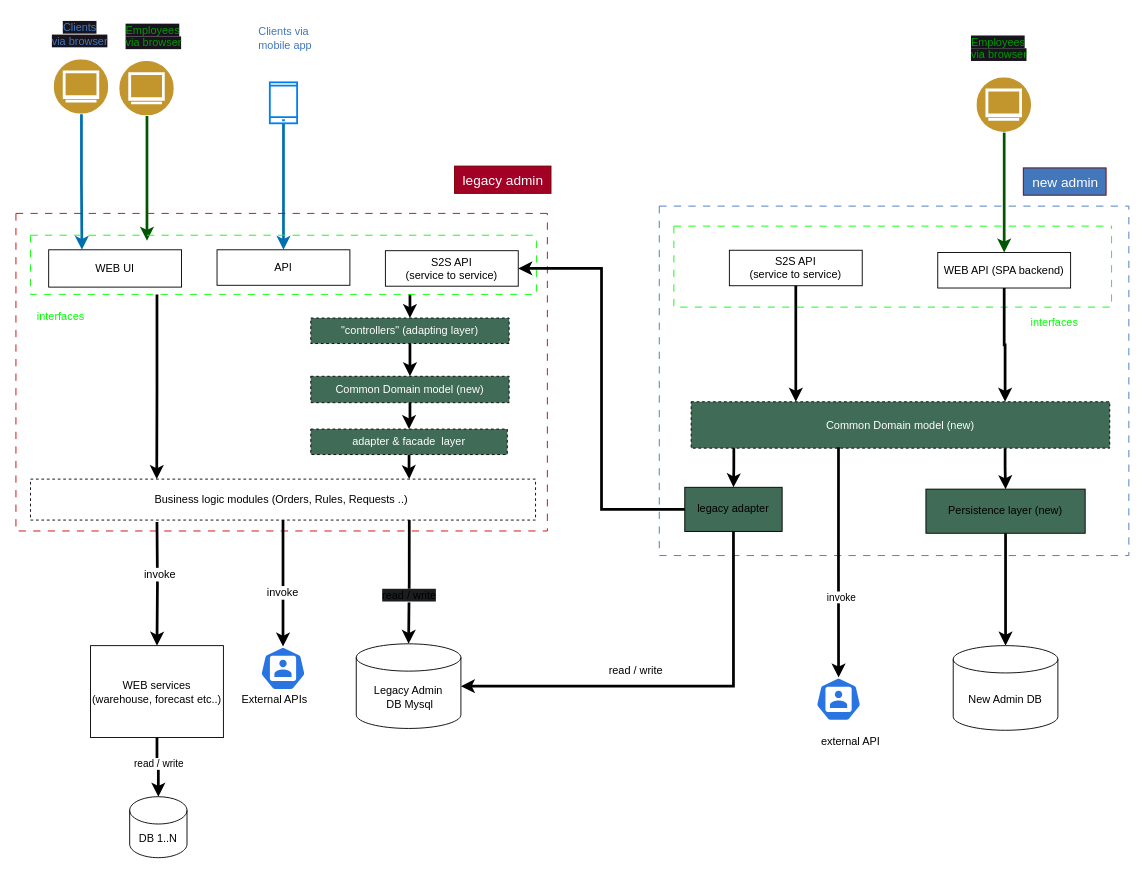
Above: page "step 2" (4 of 9) of refactoring.drawio in sajonaro/ref-ex (draw.io), before the change. Source tidied: cells renumbered, new cells numbered last; positions are measured from the earlier drawing's top-left corner, leaving out a move shared by most shapes. Both pictures are drawn from the tidied source at 91%, with x=0, y=0 at pixel (15, 15).
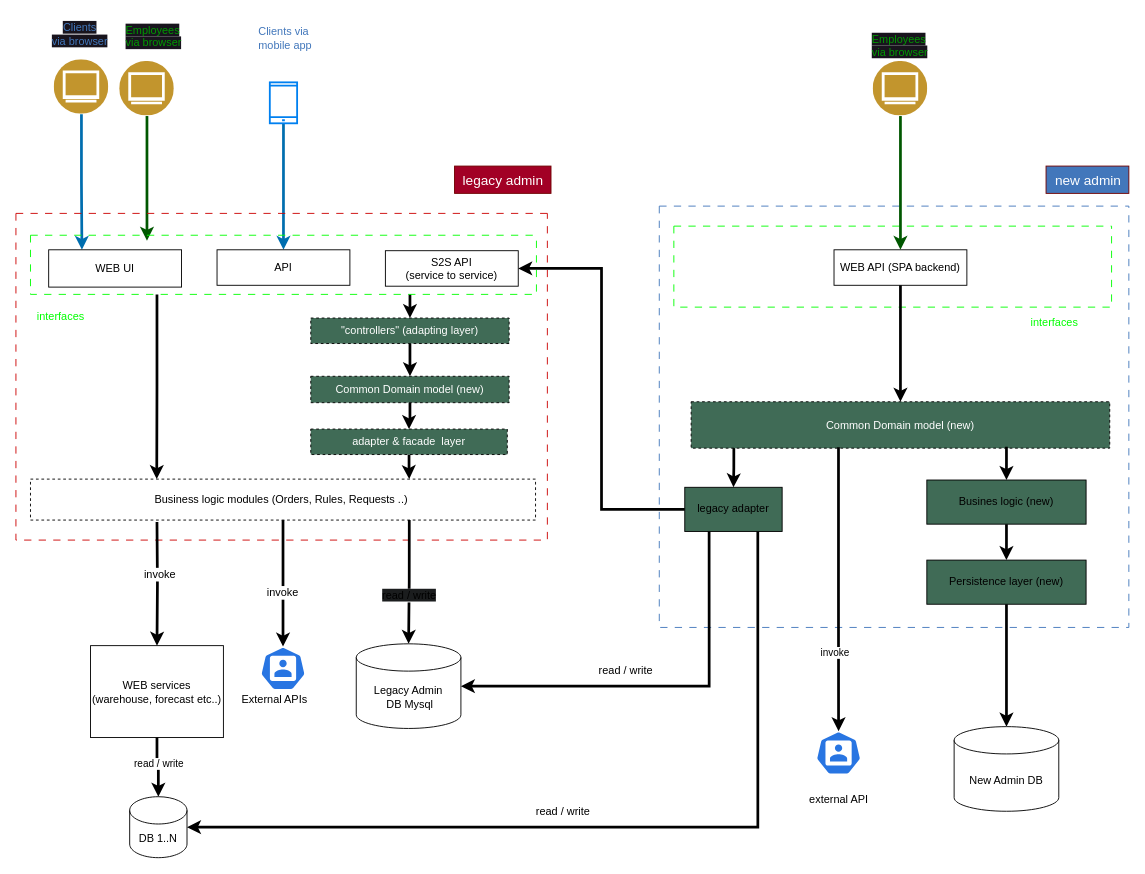
After the change.

Unchanged cells that the change refers to:
```xml
<mxCell id="2" value="Legacy Admin&lt;br&gt;&amp;nbsp;DB Mysql" style="shape=cylinder3;whiteSpace=wrap;html=1;boundedLbl=1;backgroundOutline=1;size=15;" parent="1" vertex="1">
  <mxGeometry x="374" y="690" width="115" height="93" as="geometry" />
</mxCell>
<mxCell id="35" value="DB 1..N" style="shape=cylinder3;whiteSpace=wrap;html=1;boundedLbl=1;backgroundOutline=1;size=15;" parent="1" vertex="1">
  <mxGeometry x="125" y="858" width="63" height="67" as="geometry" />
</mxCell>
<mxCell id="42" style="swimlane;startSize=0;dashed=1;dashPattern=8 8;fontColor=#00FF00;strokeColor=#00FF00;" parent="41" vertex="1">
  <mxGeometry x="16" y="22" width="481" height="89" as="geometry" />
</mxCell>
<mxCell id="48" value="&lt;span style=&quot;color: rgb(255, 255, 255);&quot;&gt;Common Domain model (new)&lt;/span&gt;" style="rounded=0;whiteSpace=wrap;html=1;dashed=1;fillColor=#406B56;" parent="41" vertex="1">
  <mxGeometry x="35" y="215" width="460" height="51" as="geometry" />
</mxCell>
<mxCell id="52" value="legacy adapter" style="rounded=0;whiteSpace=wrap;html=1;fillStyle=solid;fillColor=#406B56;" parent="41" vertex="1">
  <mxGeometry x="28" y="309" width="107" height="48.5" as="geometry" />
</mxCell>
<mxCell id="57" style="edgeStyle=orthogonalEdgeStyle;rounded=0;jettySize=auto;html=1;entryX=0.5;entryY=0;entryDx=0;entryDy=0;entryPerimeter=0;strokeColor=default;strokeWidth=3;align=center;verticalAlign=middle;fontFamily=Helvetica;fontSize=11;fontColor=default;labelBackgroundColor=default;endArrow=classic;exitX=0.352;exitY=0.98;exitDx=0;exitDy=0;exitPerimeter=0;" parent="1" edge="1" source="48" target="56">
  <mxGeometry relative="1" as="geometry" />
</mxCell>
```

Diff of the diagram source:
```diff
@@
     <mxCell id="13" style="swimlane;startSize=0;dashed=1;dashPattern=8 8;strokeColor=#CC0000;" parent="1" vertex="1">
-      <mxGeometry y="217" width="584" height="349" as="geometry" />
+      <mxGeometry y="217" width="584" height="359" as="geometry" />
     </mxCell>
@@
     <mxCell id="40" value="new admin" style="text;html=1;align=center;verticalAlign=middle;strokeColor=#6F0000;fillColor=#4277BB;fontSize=15;fontColor=#ffffff;" parent="1" vertex="1">
-      <mxGeometry x="1107" y="167" width="91" height="30" as="geometry" />
+      <mxGeometry x="1132" y="165" width="91" height="30" as="geometry" />
     </mxCell>
     <mxCell id="41" style="swimlane;startSize=0;dashed=1;dashPattern=8 8;strokeColor=#4277BB;" parent="1" vertex="1">
-      <mxGeometry x="707" y="209" width="516" height="384" as="geometry" />
+      <mxGeometry x="707" y="209" width="516" height="463" as="geometry" />
     </mxCell>
@@
     <mxCell id="43" value="WEB API (SPA backend)" style="rounded=0;whiteSpace=wrap;html=1;" parent="42" vertex="1">
-      <mxGeometry x="290" y="29" width="146" height="39" as="geometry" />
+      <mxGeometry x="176" y="26" width="146" height="39" as="geometry" />
     </mxCell>
-    <mxCell id="44" value="S2S API&lt;br&gt;(service to service)" style="rounded=0;whiteSpace=wrap;html=1;" parent="42" vertex="1">
-      <mxGeometry x="61" y="26.5" width="146" height="39" as="geometry" />
-    </mxCell>
@@
-    <mxCell id="46" style="edgeStyle=orthogonalEdgeStyle;rounded=0;jettySize=auto;html=1;strokeColor=default;strokeWidth=3;align=center;verticalAlign=middle;fontFamily=Helvetica;fontSize=11;fontColor=default;labelBackgroundColor=default;endArrow=classic;exitX=0.75;exitY=1;exitDx=0;exitDy=0;" parent="41" edge="1" source="48" target="49">
-      <mxGeometry relative="1" as="geometry" />
-    </mxCell>
@@
     <mxCell id="49" value="Persistence layer (new)" style="rounded=0;whiteSpace=wrap;html=1;fillStyle=solid;fillColor=#406B56;" parent="41" vertex="1">
-      <mxGeometry x="293" y="311" width="175" height="48.5" as="geometry" />
+      <mxGeometry x="294" y="389" width="175" height="48.5" as="geometry" />
     </mxCell>
-    <mxCell id="50" style="edgeStyle=orthogonalEdgeStyle;rounded=0;jettySize=auto;html=1;strokeColor=default;strokeWidth=3;align=center;verticalAlign=middle;fontFamily=Helvetica;fontSize=11;fontColor=default;labelBackgroundColor=default;endArrow=classic;entryX=0.25;entryY=0;entryDx=0;entryDy=0;" parent="41" edge="1" source="44" target="48">
-      <mxGeometry relative="1" as="geometry" />
-    </mxCell>
-    <mxCell id="51" style="edgeStyle=orthogonalEdgeStyle;rounded=0;jettySize=auto;html=1;entryX=0.75;entryY=0;entryDx=0;entryDy=0;strokeColor=default;strokeWidth=3;align=center;verticalAlign=middle;fontFamily=Helvetica;fontSize=11;fontColor=default;labelBackgroundColor=default;endArrow=classic;" parent="41" edge="1" source="43" target="48">
+    <mxCell id="51" style="edgeStyle=orthogonalEdgeStyle;rounded=0;jettySize=auto;html=1;entryX=0.5;entryY=0;entryDx=0;entryDy=0;strokeColor=default;strokeWidth=3;align=center;verticalAlign=middle;fontFamily=Helvetica;fontSize=11;fontColor=default;labelBackgroundColor=default;endArrow=classic;" parent="41" edge="1" source="43" target="48">
       <mxGeometry relative="1" as="geometry" />
     </mxCell>
@@
+    <mxCell id="65" style="edgeStyle=orthogonalEdgeStyle;rounded=0;jettySize=auto;html=1;entryX=0.5;entryY=0;entryDx=0;entryDy=0;strokeColor=default;strokeWidth=3;align=center;verticalAlign=middle;fontFamily=Helvetica;fontSize=11;fontColor=default;labelBackgroundColor=default;endArrow=classic;" parent="41" edge="1" source="66" target="49">
+      <mxGeometry relative="1" as="geometry" />
+    </mxCell>
+    <mxCell id="66" value="Busines logic (new)" style="rounded=0;whiteSpace=wrap;html=1;fillStyle=solid;fillColor=#406B56;" parent="41" vertex="1">
+      <mxGeometry x="294" y="301" width="175" height="48.5" as="geometry" />
+    </mxCell>
+    <mxCell id="46" style="edgeStyle=orthogonalEdgeStyle;rounded=0;jettySize=auto;html=1;strokeColor=default;strokeWidth=3;align=center;verticalAlign=middle;fontFamily=Helvetica;fontSize=11;fontColor=default;labelBackgroundColor=default;endArrow=classic;exitX=0.75;exitY=1;exitDx=0;exitDy=0;entryX=0.5;entryY=0;entryDx=0;entryDy=0;" parent="41" edge="1" source="48" target="66">
+      <mxGeometry relative="1" as="geometry" />
+    </mxCell>
@@
-    <mxCell id="54" style="edgeStyle=orthogonalEdgeStyle;rounded=0;jettySize=auto;html=1;entryX=1;entryY=0.5;entryDx=0;entryDy=0;entryPerimeter=0;strokeColor=default;strokeWidth=3;align=center;verticalAlign=middle;fontFamily=Helvetica;fontSize=11;fontColor=default;labelBackgroundColor=default;endArrow=classic;exitX=0.5;exitY=1;exitDx=0;exitDy=0;" parent="1" edge="1" source="52" target="2">
+    <mxCell id="54" style="edgeStyle=orthogonalEdgeStyle;rounded=0;jettySize=auto;html=1;entryX=1;entryY=0.5;entryDx=0;entryDy=0;entryPerimeter=0;strokeColor=default;strokeWidth=3;align=center;verticalAlign=middle;fontFamily=Helvetica;fontSize=11;fontColor=default;labelBackgroundColor=default;endArrow=classic;exitX=0.25;exitY=1;exitDx=0;exitDy=0;" parent="1" edge="1" source="52" target="2">
       <mxGeometry relative="1" as="geometry" />
     </mxCell>
@@
     <mxCell id="56" style="sketch=0;html=1;dashed=0;whitespace=wrap;fillColor=#2875E2;strokeColor=#ffffff;points=[[0.005,0.63,0],[0.1,0.2,0],[0.9,0.2,0],[0.5,0,0],[0.995,0.63,0],[0.72,0.99,0],[0.5,1,0],[0.28,0.99,0]];shape=mxgraph.kubernetes.icon2;prIcon=user;" parent="1" vertex="1">
-      <mxGeometry x="879" y="727" width="50" height="48" as="geometry" />
+      <mxGeometry x="879" y="786" width="50" height="48" as="geometry" />
     </mxCell>
@@
     <mxCell id="58" value="invoke" style="edgeLabel;html=1;align=center;verticalAlign=middle;fontFamily=Helvetica;fontSize=11;fontColor=default;labelBackgroundColor=default;" parent="57" vertex="1">
       <mxGeometry x="-0.03" y="3" relative="1" as="geometry">
-        <mxPoint y="42" as="offset" />
+        <mxPoint x="-7" y="75" as="offset" />
       </mxGeometry>
     </mxCell>
@@
     <mxCell id="60" style="image;perimeter=ellipsePerimeter;html=1;align=center;shadow=0;dashed=0;fontColor=#009900;labelBackgroundColor=default;fontSize=12;spacingTop=3;image=img/lib/ibm/users/browser.svg;imageBackground=default;fillStyle=solid;" parent="1" vertex="1">
-      <mxGeometry x="1056" y="68" width="60" height="60" as="geometry" />
+      <mxGeometry x="942" y="50" width="60" height="60" as="geometry" />
     </mxCell>
     <mxCell id="61" value="&lt;span style=&quot;color: rgb(0, 153, 0); font-family: Helvetica; font-size: 12px; font-style: normal; font-variant-ligatures: normal; font-variant-caps: normal; font-weight: 400; letter-spacing: normal; orphans: 2; text-align: center; text-indent: 0px; text-transform: none; widows: 2; word-spacing: 0px; -webkit-text-stroke-width: 0px; white-space: nowrap; background-color: rgb(24, 20, 29); text-decoration-thickness: initial; text-decoration-style: initial; text-decoration-color: initial; display: inline !important; float: none;&quot;&gt;Employees&lt;/span&gt;&lt;br style=&quot;border-color: rgb(0, 0, 0); color: rgb(0, 153, 0); font-family: Helvetica; font-size: 12px; font-style: normal; font-variant-ligatures: normal; font-variant-caps: normal; font-weight: 400; letter-spacing: normal; orphans: 2; text-align: center; text-indent: 0px; text-transform: none; widows: 2; word-spacing: 0px; -webkit-text-stroke-width: 0px; white-space: nowrap; text-decoration-thickness: initial; text-decoration-style: initial; text-decoration-color: initial;&quot;&gt;&lt;span style=&quot;color: rgb(0, 153, 0); font-family: Helvetica; font-size: 12px; font-style: normal; font-variant-ligatures: normal; font-variant-caps: normal; font-weight: 400; letter-spacing: normal; orphans: 2; text-align: center; text-indent: 0px; text-transform: none; widows: 2; word-spacing: 0px; -webkit-text-stroke-width: 0px; white-space: nowrap; background-color: rgb(24, 20, 29); text-decoration-thickness: initial; text-decoration-style: initial; text-decoration-color: initial; display: inline !important; float: none;&quot;&gt;via browser&lt;/span&gt;" style="text;whiteSpace=wrap;html=1;" parent="1" vertex="1">
-      <mxGeometry x="1048" y="15" width="90" height="50" as="geometry" />
+      <mxGeometry x="939" y="12" width="90" height="50" as="geometry" />
     </mxCell>
     <mxCell id="62" value="external API" style="text;html=1;align=center;verticalAlign=middle;strokeColor=none;fillColor=none;" parent="1" vertex="1">
-      <mxGeometry x="875" y="785" width="83" height="26" as="geometry" />
+      <mxGeometry x="862.5" y="848" width="83" height="26" as="geometry" />
     </mxCell>
     <mxCell id="63" value="New Admin DB" style="shape=cylinder3;whiteSpace=wrap;html=1;boundedLbl=1;backgroundOutline=1;size=15;" parent="1" vertex="1">
-      <mxGeometry x="1030" y="692" width="115" height="93" as="geometry" />
+      <mxGeometry x="1031" y="781" width="115" height="93" as="geometry" />
     </mxCell>
@@
+    <mxCell id="67" style="edgeStyle=orthogonalEdgeStyle;rounded=0;jettySize=auto;html=1;exitX=0.75;exitY=1;exitDx=0;exitDy=0;entryX=1;entryY=0.5;entryDx=0;entryDy=0;entryPerimeter=0;strokeColor=default;strokeWidth=3;align=center;verticalAlign=middle;fontFamily=Helvetica;fontSize=11;fontColor=default;labelBackgroundColor=default;endArrow=classic;" parent="1" edge="1" source="52" target="35">
+      <mxGeometry relative="1" as="geometry" />
+    </mxCell>
+    <mxCell id="68" value="read / write" style="edgeLabel;html=1;align=center;verticalAlign=middle;fontFamily=Helvetica;fontSize=12;fontColor=default;labelBackgroundColor=default;" parent="67" vertex="1">
+      <mxGeometry x="0.14" y="-1" relative="1" as="geometry">
+        <mxPoint x="3" y="-16" as="offset" />
+      </mxGeometry>
+    </mxCell>
```
